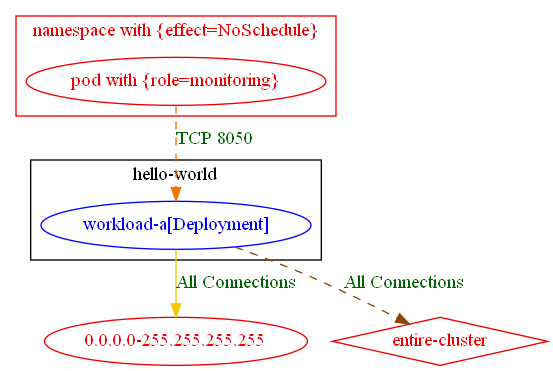
Before: test_outputs/connlist/exposure_test_conn_with_new_pod_selector_and_ns_selector_exposure_output.dot.png, a diagram exported from Graphviz (np-guard/netpol-analyzer). Its source is kept beside it as test_outputs/connlist/exposure_test_conn_with_new_pod_selector_and_ns_selector_exposure_output.dot.
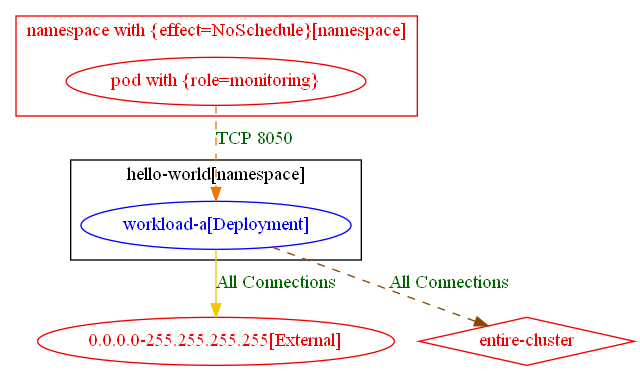
The same file after the commit.

What changed in the source:
```diff
@@ -1,19 +1,19 @@
 digraph {
-	subgraph "cluster_hello_world" {
+	subgraph "cluster_hello_world[namespace]" {
 		color="black"
 		fontcolor="black"
 		"hello-world/workload-a[Deployment]" [label="workload-a[Deployment]" color="blue" fontcolor="blue"]
-		label="hello-world"
+		label="hello-world[namespace]"
 	}
-	subgraph "cluster_namespace with {effect=NoSchedule}" {
+	subgraph "cluster_namespace with {effect=NoSchedule}[namespace]" {
 		color="red2"
 		fontcolor="red2"
 		"pod with {role=monitoring}_in_namespace with {effect=NoSchedule}" [label="pod with {role=monitoring}" color="red2" fontcolor="red2"]
-		label="namespace with {effect=NoSchedule}"
+		label="namespace with {effect=NoSchedule}[namespace]"
 	}
-	"0.0.0.0-255.255.255.255" [label="0.0.0.0-255.255.255.255" color="red2" fontcolor="red2"]
+	"0.0.0.0-255.255.255.255[External]" [label="0.0.0.0-255.255.255.255[External]" color="red2" fontcolor="red2"]
 	"entire-cluster" [label="entire-cluster" color="red2" fontcolor="red2" shape=diamond]
-	"hello-world/workload-a[Deployment]" -> "0.0.0.0-255.255.255.255" [label="All Connections" color="gold2" fontcolor="darkgreen" weight=1]
+	"hello-world/workload-a[Deployment]" -> "0.0.0.0-255.255.255.255[External]" [label="All Connections" color="gold2" fontcolor="darkgreen" weight=1]
 	"hello-world/workload-a[Deployment]" -> "entire-cluster" [label="All Connections" color="darkorange4" fontcolor="darkgreen" weight=0.5 style=dashed]
 	"pod with {role=monitoring}_in_namespace with {effect=NoSchedule}" -> "hello-world/workload-a[Deployment]" [label="TCP 8050" color="darkorange2" fontcolor="darkgreen" weight=1 style=dashed]
 }
```
